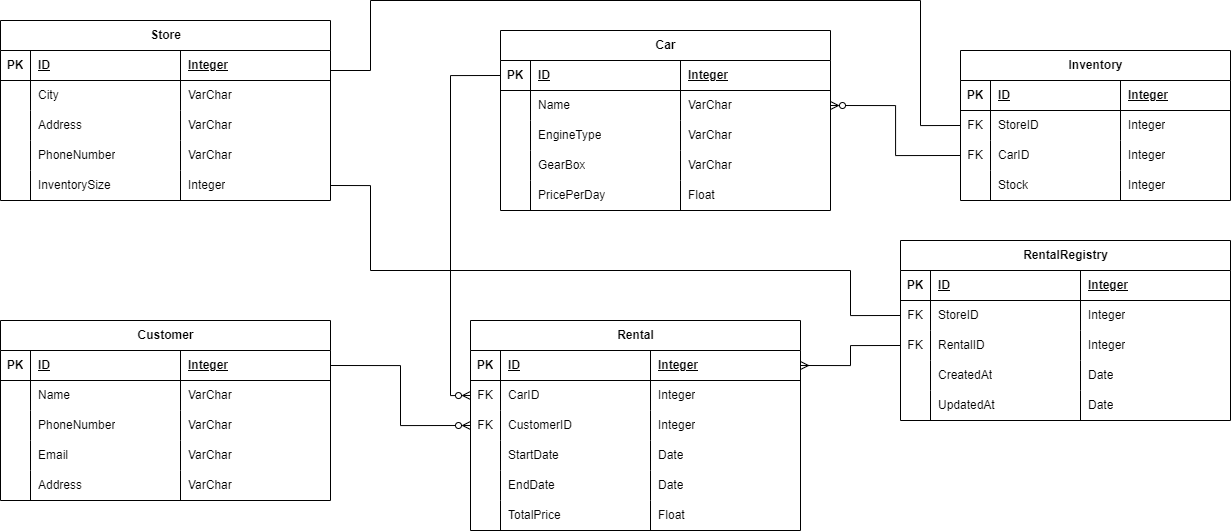
Before: CarRental.drawio.png, a diagram exported from draw.io (boolean-uk/java-data-modelling). Source tidied: cells renumbered, new cells last; positions are measured from the earlier drawing's top-left corner, leaving out a move shared by most shapes.
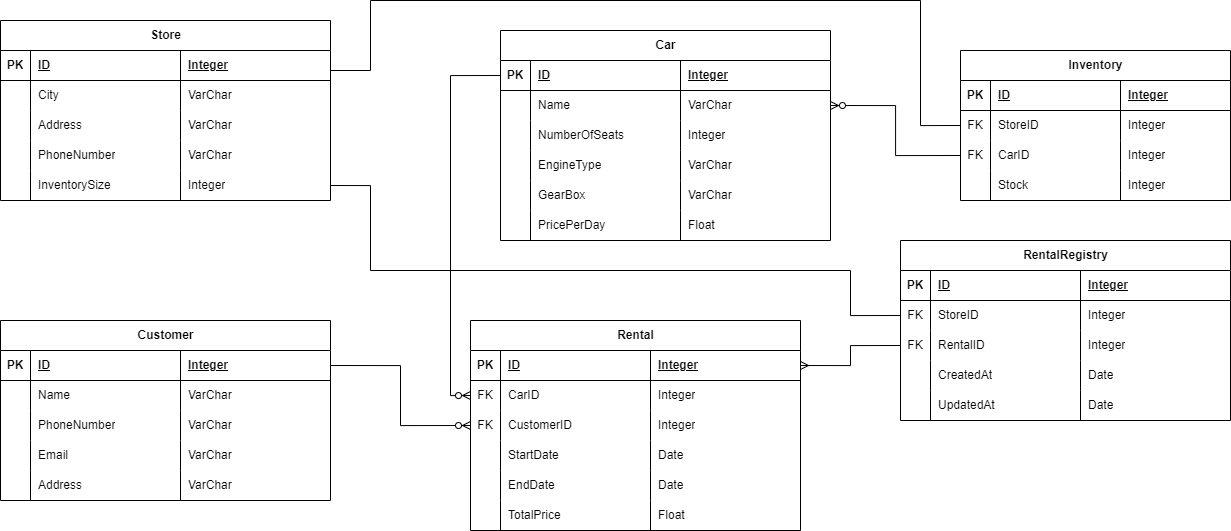
The same file after the commit.

The edit, as a diff of the source:
```diff
@@ -66,7 +66,7 @@
       <mxGeometry x="180" width="150" height="30" as="geometry" />
     </mxCell>
     <mxCell id="23" value="Car" style="shape=table;startSize=30;rowLines=0;fontStyle=1;align=center;html=1;" parent="1" vertex="1">
-      <mxGeometry x="500" y="30" width="330" height="180" as="geometry" />
+      <mxGeometry x="500" y="30" width="330" height="210" as="geometry" />
     </mxCell>
     <mxCell id="24" style="shape=tableRow;horizontal=0;startSize=0;swimlaneHead=0;swimlaneBody=0;fillColor=none;points=[[0,0.5],[1,0.5]];portConstraint=eastwest;top=0;left=0;right=0;bottom=1;" parent="23" vertex="1">
       <mxGeometry y="30" width="330" height="30" as="geometry" />
@@ -92,8 +92,20 @@
     <mxCell id="31" value="VarChar" style="shape=partialRectangle;fillColor=none;top=0;left=0;bottom=0;right=0;align=left;spacingLeft=6;overflow=hidden;whiteSpace=wrap;html=1;" parent="28" vertex="1">
       <mxGeometry x="180" width="150" height="30" as="geometry" />
     </mxCell>
+    <mxCell id="134" style="shape=tableRow;horizontal=0;startSize=0;swimlaneHead=0;swimlaneBody=0;fillColor=none;top=0;left=0;right=0;bottom=0;" parent="23" vertex="1">
+      <mxGeometry y="90" width="330" height="30" as="geometry" />
+    </mxCell>
+    <mxCell id="135" style="shape=partialRectangle;fillColor=none;top=0;left=0;bottom=0;right=0;overflow=hidden;whiteSpace=wrap;html=1;" parent="134" vertex="1">
+      <mxGeometry width="30" height="30" as="geometry" />
+    </mxCell>
+    <mxCell id="136" value="NumberOfSeats" style="shape=partialRectangle;fillColor=none;top=0;left=0;bottom=0;right=0;align=left;spacingLeft=6;overflow=hidden;whiteSpace=wrap;html=1;" parent="134" vertex="1">
+      <mxGeometry x="30" width="150" height="30" as="geometry" />
+    </mxCell>
+    <mxCell id="137" value="Integer" style="shape=partialRectangle;fillColor=none;top=0;left=0;bottom=0;right=0;align=left;spacingLeft=6;overflow=hidden;whiteSpace=wrap;html=1;" parent="134" vertex="1">
+      <mxGeometry x="180" width="150" height="30" as="geometry" />
+    </mxCell>
     <mxCell id="32" style="shape=tableRow;horizontal=0;startSize=0;swimlaneHead=0;swimlaneBody=0;fillColor=none;top=0;left=0;right=0;bottom=0;" parent="23" vertex="1">
-      <mxGeometry y="90" width="330" height="30" as="geometry" />
+      <mxGeometry y="120" width="330" height="30" as="geometry" />
     </mxCell>
     <mxCell id="33" style="shape=partialRectangle;fillColor=none;top=0;left=0;bottom=0;right=0;overflow=hidden;whiteSpace=wrap;html=1;" parent="32" vertex="1">
       <mxGeometry width="30" height="30" as="geometry" />
@@ -105,7 +117,7 @@
       <mxGeometry x="180" width="150" height="30" as="geometry" />
     </mxCell>
     <mxCell id="36" style="shape=tableRow;horizontal=0;startSize=0;swimlaneHead=0;swimlaneBody=0;fillColor=none;top=0;left=0;right=0;bottom=0;" parent="23" vertex="1">
-      <mxGeometry y="120" width="330" height="30" as="geometry" />
+      <mxGeometry y="150" width="330" height="30" as="geometry" />
     </mxCell>
     <mxCell id="37" style="shape=partialRectangle;fillColor=none;top=0;left=0;bottom=0;right=0;overflow=hidden;whiteSpace=wrap;html=1;" parent="36" vertex="1">
       <mxGeometry width="30" height="30" as="geometry" />
@@ -117,7 +129,7 @@
       <mxGeometry x="180" width="150" height="30" as="geometry" />
     </mxCell>
     <mxCell id="40" style="shape=tableRow;horizontal=0;startSize=0;swimlaneHead=0;swimlaneBody=0;fillColor=none;top=0;left=0;right=0;bottom=0;" parent="23" vertex="1">
-      <mxGeometry y="150" width="330" height="30" as="geometry" />
+      <mxGeometry y="180" width="330" height="30" as="geometry" />
     </mxCell>
     <mxCell id="41" style="shape=partialRectangle;fillColor=none;top=0;left=0;bottom=0;right=0;overflow=hidden;whiteSpace=wrap;html=1;" parent="40" vertex="1">
       <mxGeometry width="30" height="30" as="geometry" />
```
